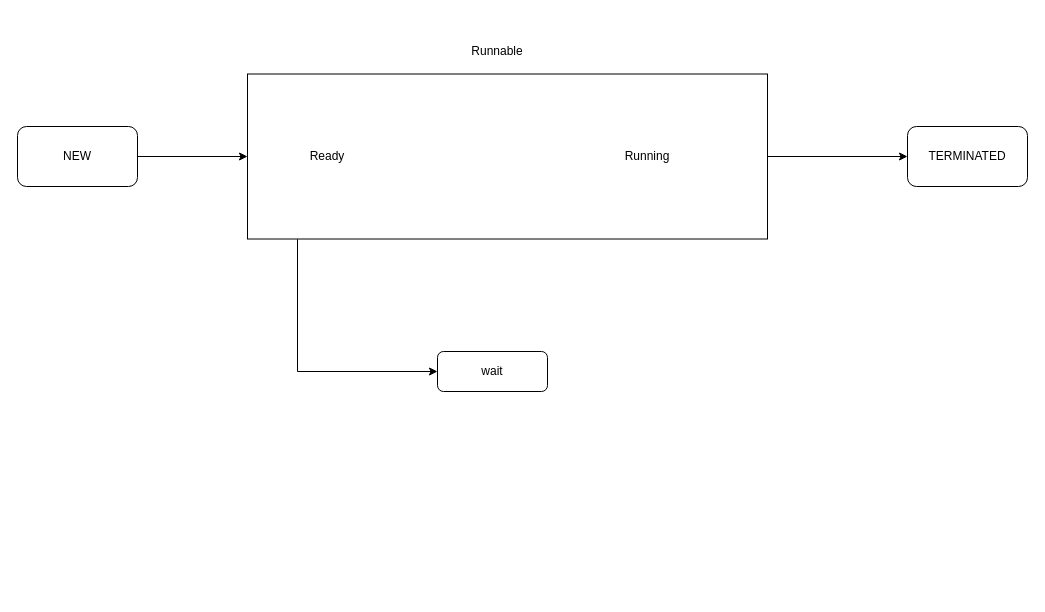
Above: 未命名绘图.drawio in yitu32/draw (draw.io), before the change. Source tidied: cells renumbered, new cells numbered last; positions are measured from the earlier drawing's top-left corner, leaving out a move shared by most shapes. Both pictures are drawn from the tidied source at 100%, with x=0, y=0 at pixel (17, 41).
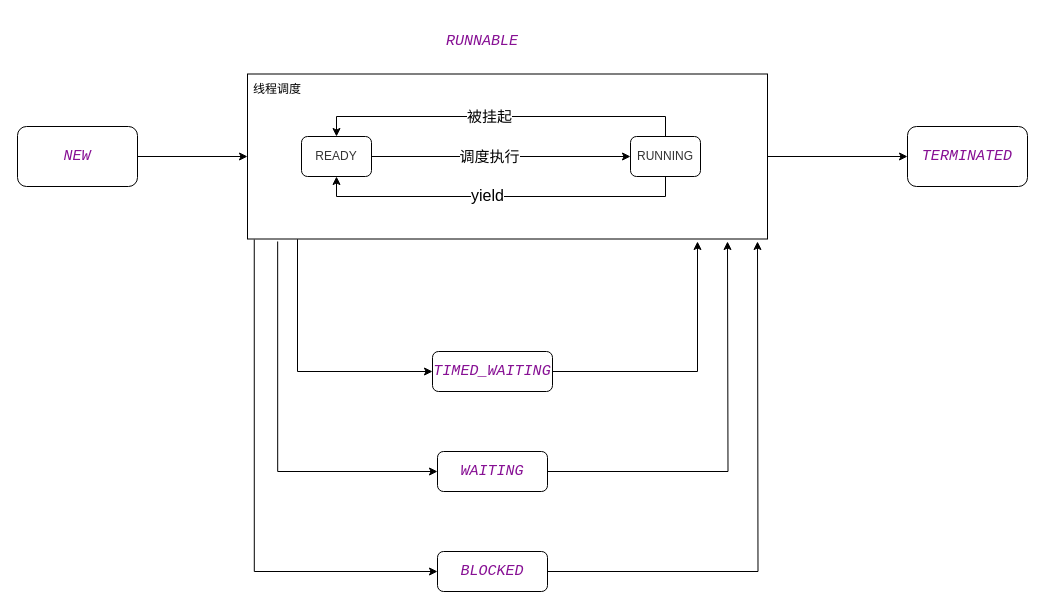
Above is the later version.

Commit message:
更新未命名绘图.drawio

Unchanged cells that the change refers to:
```xml
<mxCell id="4" style="rounded=0;whiteSpace=wrap;html=1;glass=0;" parent="1" vertex="1">
  <mxGeometry x="230" y="32.5" width="520" height="165" as="geometry" />
</mxCell>
```

The edit, as a diff of the source:
```diff
@@
+    <mxCell id="12" style="edgeStyle=orthogonalEdgeStyle;rounded=0;jettySize=auto;html=1;exitX=0.058;exitY=1.015;exitDx=0;exitDy=0;entryX=0;entryY=0.5;entryDx=0;entryDy=0;exitPerimeter=0;" parent="1" edge="1" source="4" target="16">
+      <mxGeometry relative="1" as="geometry">
+        <Array as="points">
+          <mxPoint x="260" y="430" />
+        </Array>
+      </mxGeometry>
+    </mxCell>
+    <mxCell id="13" style="edgeStyle=orthogonalEdgeStyle;rounded=0;jettySize=auto;html=1;exitX=0.013;exitY=1.003;exitDx=0;exitDy=0;entryX=0;entryY=0.5;entryDx=0;entryDy=0;exitPerimeter=0;" parent="1" edge="1" source="4" target="18">
+      <mxGeometry relative="1" as="geometry">
+        <Array as="points">
+          <mxPoint x="237" y="530" />
+        </Array>
+      </mxGeometry>
+    </mxCell>
@@
-    <mxCell id="6" value="NEW" style="rounded=1;whiteSpace=wrap;html=1;" parent="1" vertex="1">
+    <mxCell id="6" value="&lt;pre style=&quot;background-color:#ffffff;color:#080808;font-family:'Consolas',monospace;font-size:11.3pt;&quot;&gt;&lt;span style=&quot;color:#871094;font-style:italic;&quot;&gt;NEW&lt;/span&gt;&lt;/pre&gt;" style="rounded=1;whiteSpace=wrap;html=1;" parent="1" vertex="1">
       <mxGeometry y="85" width="120" height="60" as="geometry" />
     </mxCell>
-    <mxCell id="7" value="TERMINATED" style="rounded=1;whiteSpace=wrap;html=1;" parent="1" vertex="1">
+    <mxCell id="7" value="&lt;pre style=&quot;background-color:#ffffff;color:#080808;font-family:'Consolas',monospace;font-size:11.3pt;&quot;&gt;&lt;span style=&quot;color:#871094;font-style:italic;&quot;&gt;TERMINATED&lt;/span&gt;&lt;/pre&gt;" style="rounded=1;whiteSpace=wrap;html=1;" parent="1" vertex="1">
       <mxGeometry x="890" y="85" width="120" height="60" as="geometry" />
     </mxCell>
-    <mxCell id="8" value="Ready" style="text;html=1;strokeColor=none;fillColor=none;align=center;verticalAlign=middle;whiteSpace=wrap;rounded=0;glass=0;" parent="1" vertex="1">
-      <mxGeometry x="280" y="100" width="60" height="30" as="geometry" />
-    </mxCell>
-    <mxCell id="9" value="Running" style="text;html=1;strokeColor=none;fillColor=none;align=center;verticalAlign=middle;whiteSpace=wrap;rounded=0;glass=0;" parent="1" vertex="1">
-      <mxGeometry x="600" y="100" width="60" height="30" as="geometry" />
-    </mxCell>
-    <mxCell id="10" value="Runnable" style="text;html=1;strokeColor=none;fillColor=none;align=center;verticalAlign=middle;whiteSpace=wrap;rounded=0;glass=0;" parent="1" vertex="1">
-      <mxGeometry x="450" width="60" height="20" as="geometry" />
+    <mxCell id="10" value="&lt;pre style=&quot;background-color:#ffffff;color:#080808;font-family:'Consolas',monospace;font-size:11.3pt;&quot;&gt;&lt;span style=&quot;color:#871094;font-style:italic;&quot;&gt;RUNNABLE&lt;/span&gt;&lt;/pre&gt;" style="text;html=1;strokeColor=none;fillColor=none;align=center;verticalAlign=middle;whiteSpace=wrap;rounded=0;glass=0;" parent="1" vertex="1">
+      <mxGeometry x="420" y="-10" width="90" height="20" as="geometry" />
     </mxCell>
+    <mxCell id="14" style="edgeStyle=orthogonalEdgeStyle;rounded=0;jettySize=auto;html=1;exitX=1;exitY=0.5;exitDx=0;exitDy=0;" parent="1" edge="1" source="11">
+      <mxGeometry relative="1" as="geometry">
+        <mxPoint x="680" y="200" as="targetPoint" />
+        <Array as="points">
+          <mxPoint x="680" y="330" />
+          <mxPoint x="680" y="202" />
+        </Array>
+      </mxGeometry>
+    </mxCell>
-    <mxCell id="11" value="wait" style="rounded=1;whiteSpace=wrap;html=1;glass=0;" parent="1" vertex="1">
-      <mxGeometry x="420" y="310" width="110" height="40" as="geometry" />
+    <mxCell id="11" value="&lt;pre style=&quot;background-color:#ffffff;color:#080808;font-family:'Consolas',monospace;font-size:11.3pt;&quot;&gt;&lt;span style=&quot;color:#871094;font-style:italic;&quot;&gt;TIMED_WAITING&lt;/span&gt;&lt;/pre&gt;" style="rounded=1;whiteSpace=wrap;html=1;glass=0;" parent="1" vertex="1">
+      <mxGeometry x="415" y="310" width="120" height="40" as="geometry" />
     </mxCell>
+    <mxCell id="15" style="edgeStyle=orthogonalEdgeStyle;rounded=0;jettySize=auto;html=1;exitX=1;exitY=0.5;exitDx=0;exitDy=0;" parent="1" edge="1" source="16">
+      <mxGeometry relative="1" as="geometry">
+        <mxPoint x="710" y="200" as="targetPoint" />
+      </mxGeometry>
+    </mxCell>
+    <mxCell id="16" value="&lt;pre style=&quot;background-color:#ffffff;color:#080808;font-family:'Consolas',monospace;font-size:11.3pt;&quot;&gt;&lt;span style=&quot;color:#871094;font-style:italic;&quot;&gt;WAITING&lt;/span&gt;&lt;/pre&gt;" style="rounded=1;whiteSpace=wrap;html=1;glass=0;" parent="1" vertex="1">
+      <mxGeometry x="420" y="410" width="110" height="40" as="geometry" />
+    </mxCell>
+    <mxCell id="17" style="edgeStyle=orthogonalEdgeStyle;rounded=0;jettySize=auto;html=1;exitX=1;exitY=0.5;exitDx=0;exitDy=0;" parent="1" edge="1" source="18">
+      <mxGeometry relative="1" as="geometry">
+        <mxPoint x="740" y="200" as="targetPoint" />
+      </mxGeometry>
+    </mxCell>
+    <mxCell id="18" value="&lt;pre style=&quot;background-color:#ffffff;color:#080808;font-family:'Consolas',monospace;font-size:11.3pt;&quot;&gt;&lt;span style=&quot;color:#871094;font-style:italic;&quot;&gt;BLOCKED&lt;/span&gt;&lt;/pre&gt;" style="rounded=1;whiteSpace=wrap;html=1;glass=0;" parent="1" vertex="1">
+      <mxGeometry x="420" y="510" width="110" height="40" as="geometry" />
+    </mxCell>
+    <mxCell id="19" value="线程调度" style="text;html=1;strokeColor=none;fillColor=none;align=center;verticalAlign=middle;whiteSpace=wrap;rounded=0;glass=0;" parent="1" vertex="1">
+      <mxGeometry x="230" y="32.5" width="60" height="30" as="geometry" />
+    </mxCell>
+    <mxCell id="20" style="edgeStyle=orthogonalEdgeStyle;rounded=0;jettySize=auto;html=1;exitX=1;exitY=0.5;exitDx=0;exitDy=0;entryX=0;entryY=0.5;entryDx=0;entryDy=0;" parent="1" edge="1" source="22" target="27">
+      <mxGeometry relative="1" as="geometry" />
+    </mxCell>
+    <mxCell id="21" value="调度执行" style="edgeLabel;html=1;align=center;verticalAlign=middle;fontSize=15;" parent="20" vertex="1">
+      <mxGeometry x="-0.1" y="1" relative="1" as="geometry" />
+    </mxCell>
+    <mxCell id="22" value="&lt;span style=&quot;color: rgb(51, 51, 51);&quot;&gt;READY&lt;/span&gt;" style="rounded=1;whiteSpace=wrap;html=1;glass=0;fillColor=none;" parent="1" vertex="1">
+      <mxGeometry x="284" y="95" width="70" height="40" as="geometry" />
+    </mxCell>
+    <mxCell id="23" style="edgeStyle=orthogonalEdgeStyle;rounded=0;jettySize=auto;html=1;exitX=0.5;exitY=0;exitDx=0;exitDy=0;entryX=0.5;entryY=0;entryDx=0;entryDy=0;" parent="1" edge="1" source="27" target="22">
+      <mxGeometry relative="1" as="geometry" />
+    </mxCell>
+    <mxCell id="24" value="&lt;font style=&quot;font-size: 15px;&quot;&gt;被挂起&lt;/font&gt;" style="edgeLabel;html=1;align=center;verticalAlign=middle;" parent="23" vertex="1">
+      <mxGeometry x="0.07" y="-1" relative="1" as="geometry" />
+    </mxCell>
+    <mxCell id="25" style="edgeStyle=orthogonalEdgeStyle;rounded=0;jettySize=auto;html=1;exitX=0.5;exitY=1;exitDx=0;exitDy=0;entryX=0.5;entryY=1;entryDx=0;entryDy=0;" parent="1" edge="1" source="27" target="22">
+      <mxGeometry relative="1" as="geometry" />
+    </mxCell>
+    <mxCell id="26" value="yield" style="edgeLabel;html=1;align=center;verticalAlign=middle;fontSize=16;" parent="25" vertex="1">
+      <mxGeometry x="0.08" y="-2" relative="1" as="geometry" />
+    </mxCell>
+    <mxCell id="27" value="&lt;span style=&quot;color: rgb(51, 51, 51);&quot;&gt;RUNNING&lt;/span&gt;" style="rounded=1;whiteSpace=wrap;html=1;glass=0;fillColor=none;" parent="1" vertex="1">
+      <mxGeometry x="613" y="95" width="70" height="40" as="geometry" />
+    </mxCell>
```
